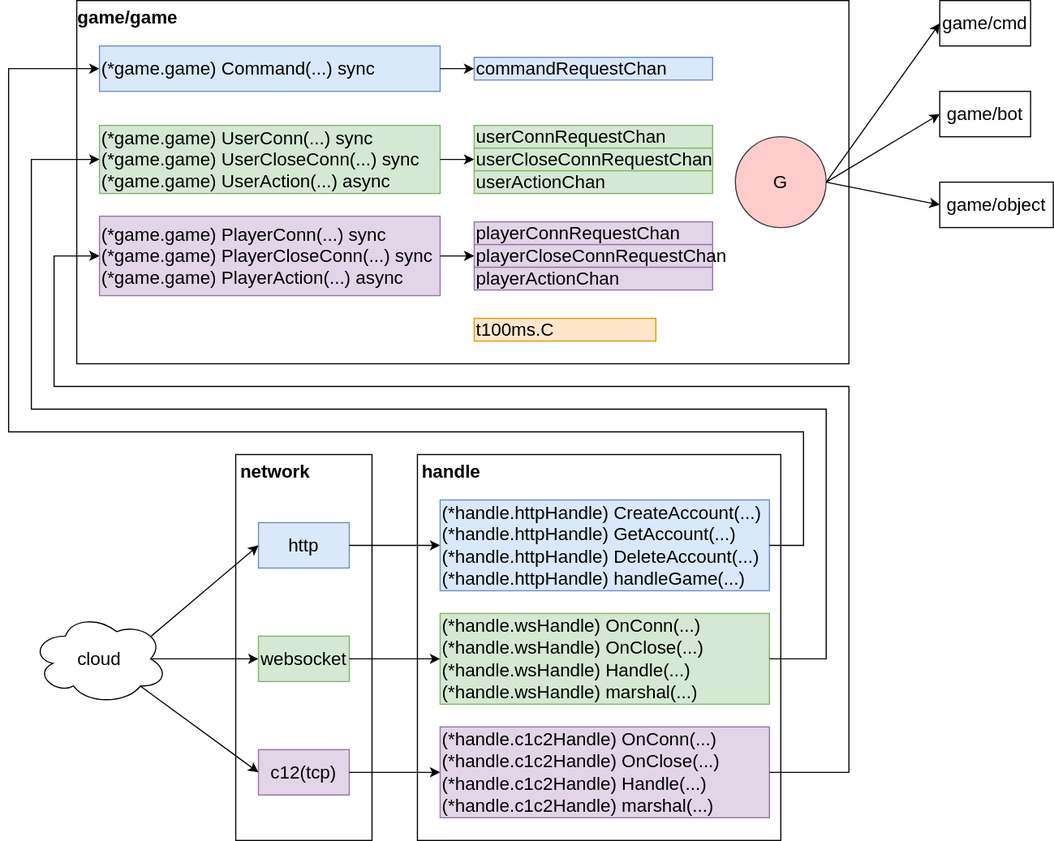
Above: src/server-game/game.drawio.svg in xujintao/balgass (draw.io), before the change. Source tidied: cells renumbered, new cells last; positions are measured from the earlier drawing's top-left corner, leaving out a move shared by most shapes.
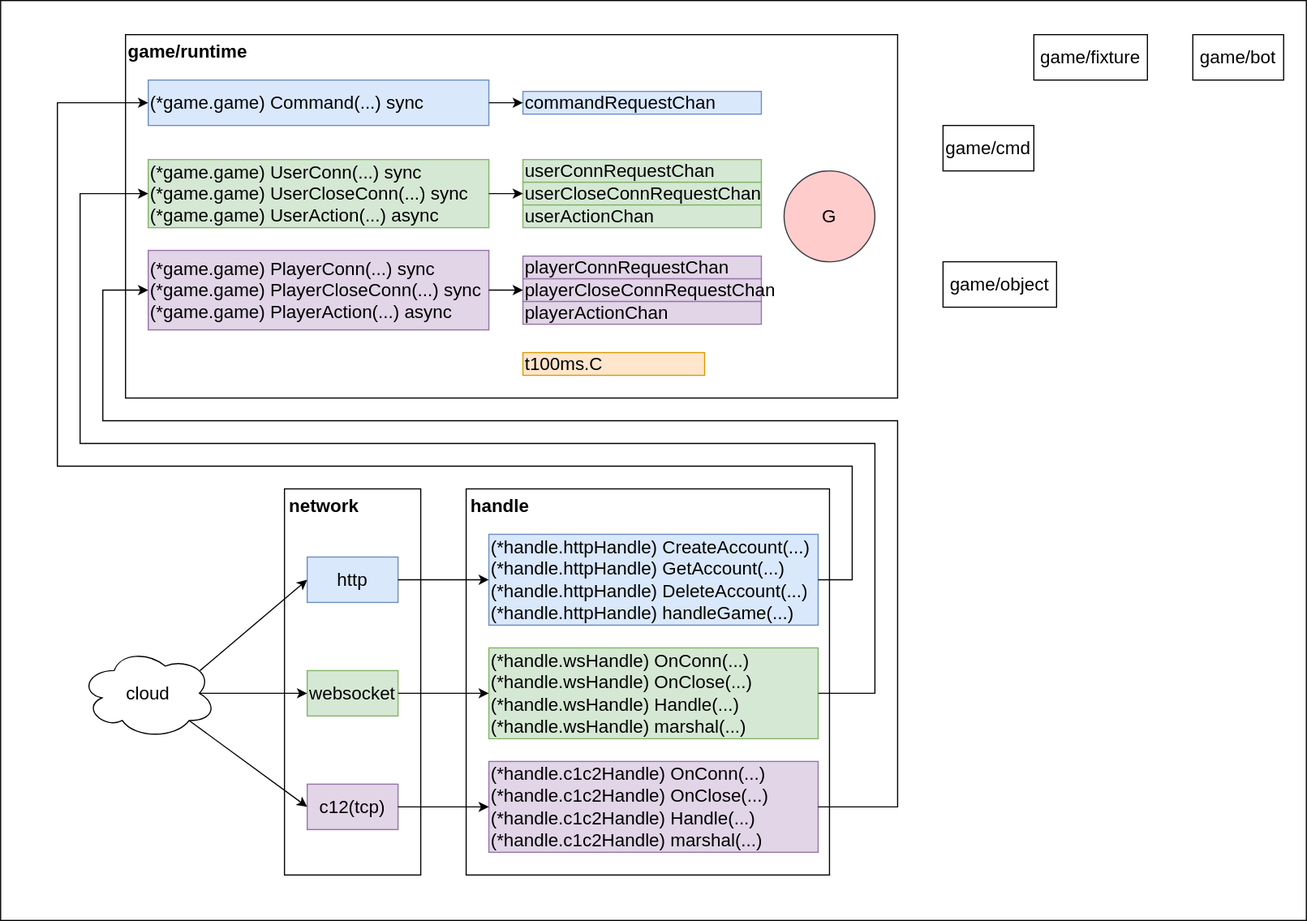
Later version of the same file.

Commit message:
server-game/chore: update diagram

The edit, as a diff of the source:
```diff
@@ -2,6 +2,9 @@
   <root>
     <mxCell id="0" />
     <mxCell id="1" parent="0" />
+    <mxCell id="45" style="rounded=0;whiteSpace=wrap;html=1;fillColor=none;" parent="1" vertex="1">
+      <mxGeometry x="-50" y="-30" width="1150" height="810" as="geometry" />
+    </mxCell>
     <mxCell id="2" style="rounded=0;whiteSpace=wrap;html=1;fontSize=16;fontStyle=0;fillColor=none;" parent="1" vertex="1">
       <mxGeometry x="60" width="680" height="320" as="geometry" />
     </mxCell>
@@ -44,8 +47,8 @@
     <mxCell id="15" value="(*game.game) PlayerConn(...) sync&lt;div&gt;(*game.game) PlayerCloseConn(...) sync&lt;/div&gt;&lt;div&gt;(*game.game) PlayerAction(...) async&lt;/div&gt;" style="rounded=0;whiteSpace=wrap;html=1;align=left;fillColor=#e1d5e7;strokeColor=#9673a6;fontSize=16;fontStyle=0;" parent="1" vertex="1">
       <mxGeometry x="80" y="190" width="300" height="70" as="geometry" />
     </mxCell>
-    <mxCell id="16" value="game/game" style="text;html=1;whiteSpace=wrap;strokeColor=none;fillColor=none;align=center;verticalAlign=middle;rounded=0;fontStyle=1;fontSize=16;" parent="1" vertex="1">
-      <mxGeometry x="70" width="70" height="30" as="geometry" />
+    <mxCell id="16" value="game/runtime" style="text;html=1;whiteSpace=wrap;strokeColor=none;fillColor=none;align=center;verticalAlign=middle;rounded=0;fontStyle=1;fontSize=16;" parent="1" vertex="1">
+      <mxGeometry x="60" width="110" height="30" as="geometry" />
     </mxCell>
     <mxCell id="17" value="commandRequestChan" style="rounded=0;whiteSpace=wrap;html=1;align=left;fillColor=#dae8fc;strokeColor=#6c8ebf;fontSize=16;fontStyle=0;" parent="1" vertex="1">
       <mxGeometry x="410" y="50" width="210" height="20" as="geometry" />
@@ -123,25 +126,14 @@
       </mxGeometry>
     </mxCell>
     <mxCell id="35" value="game/cmd" style="rounded=0;whiteSpace=wrap;html=1;fontStyle=0;fontSize=16;" parent="1" vertex="1">
-      <mxGeometry x="820" width="80" height="40" as="geometry" />
+      <mxGeometry x="780" y="80" width="80" height="40" as="geometry" />
     </mxCell>
     <mxCell id="36" value="game/bot" style="rounded=0;whiteSpace=wrap;html=1;fontStyle=0;fontSize=16;" parent="1" vertex="1">
-      <mxGeometry x="820" y="80" width="80" height="40" as="geometry" />
+      <mxGeometry x="1000" width="80" height="40" as="geometry" />
     </mxCell>
     <mxCell id="37" value="game/object" style="rounded=0;whiteSpace=wrap;html=1;fontStyle=0;fontSize=16;" parent="1" vertex="1">
-      <mxGeometry x="820" y="160" width="100" height="40" as="geometry" />
+      <mxGeometry x="780" y="200" width="100" height="40" as="geometry" />
     </mxCell>
-    <mxCell id="38" style="endArrow=classic;html=1;rounded=0;entryX=0;entryY=0.5;entryDx=0;entryDy=0;exitX=1;exitY=0.5;exitDx=0;exitDy=0;fontSize=16;" parent="1" edge="1" source="25" target="35">
-      <mxGeometry relative="1" as="geometry" />
-    </mxCell>
-    <mxCell id="39" style="endArrow=classic;html=1;rounded=0;entryX=0;entryY=0.5;entryDx=0;entryDy=0;fontSize=16;" parent="1" edge="1" target="36">
-      <mxGeometry relative="1" as="geometry">
-        <mxPoint x="720" y="160" as="sourcePoint" />
-      </mxGeometry>
-    </mxCell>
-    <mxCell id="40" style="endArrow=classic;html=1;rounded=0;entryX=0;entryY=0.5;entryDx=0;entryDy=0;exitX=1;exitY=0.5;exitDx=0;exitDy=0;fontSize=16;" parent="1" edge="1" source="25" target="37">
-      <mxGeometry relative="1" as="geometry" />
-    </mxCell>
     <mxCell id="41" value="cloud" style="ellipse;shape=cloud;whiteSpace=wrap;html=1;fontSize=16;" parent="1" vertex="1">
       <mxGeometry x="20" y="540" width="120" height="80" as="geometry" />
     </mxCell>
@@ -154,5 +146,8 @@
     <mxCell id="44" style="endArrow=classic;html=1;rounded=0;exitX=0.8;exitY=0.8;exitDx=0;exitDy=0;exitPerimeter=0;entryX=0;entryY=0.5;entryDx=0;entryDy=0;fontSize=16;" parent="1" edge="1" source="41" target="7">
       <mxGeometry relative="1" as="geometry" />
     </mxCell>
+    <mxCell id="46" value="game/fixture" style="rounded=0;whiteSpace=wrap;html=1;fontStyle=0;fontSize=16;" parent="1" vertex="1">
+      <mxGeometry x="860" width="100" height="40" as="geometry" />
+    </mxCell>
   </root>
 </mxGraphModel>
```
